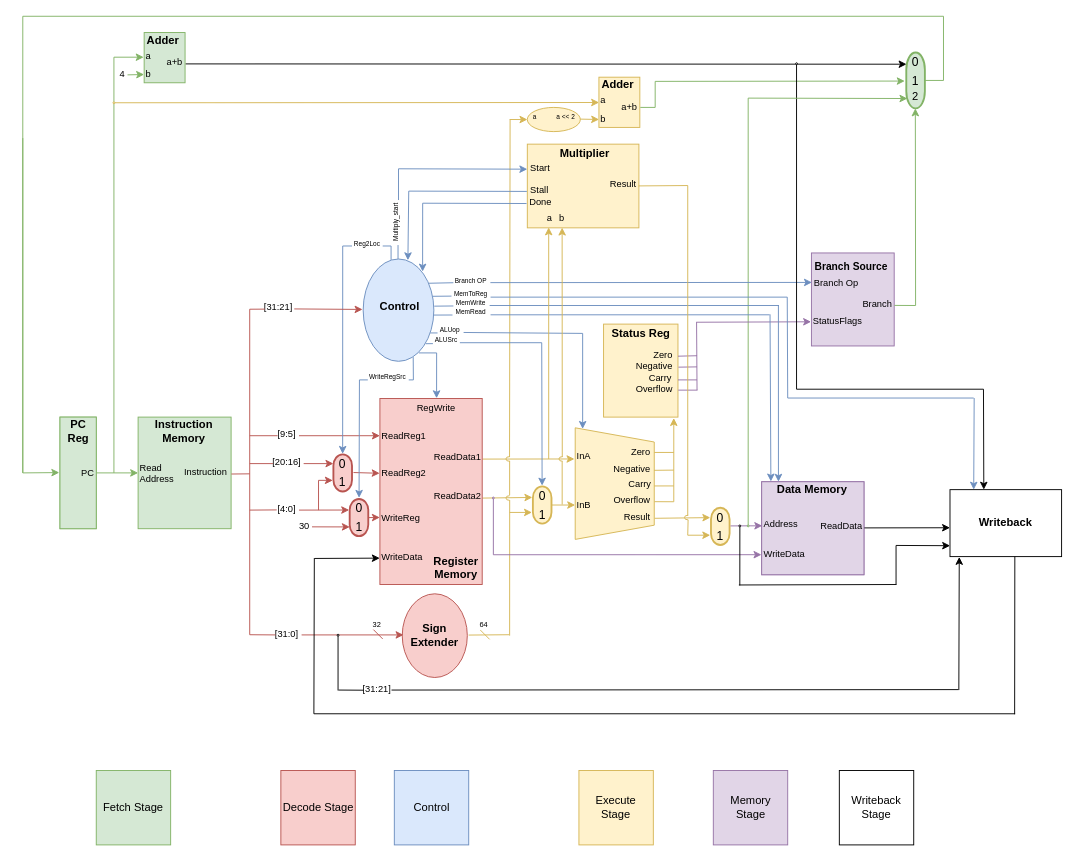
Before: nonpipelined/diagram.drawio in mattco98/LEGv8-Processor, a draw.io diagram. Source tidied: cells renumbered, new cells numbered last; positions are measured from the earlier drawing's top-left corner, leaving out a move shared by most shapes. Both pictures are drawn from the tidied source at 93%, with x=0, y=0 at pixel (22, 16).
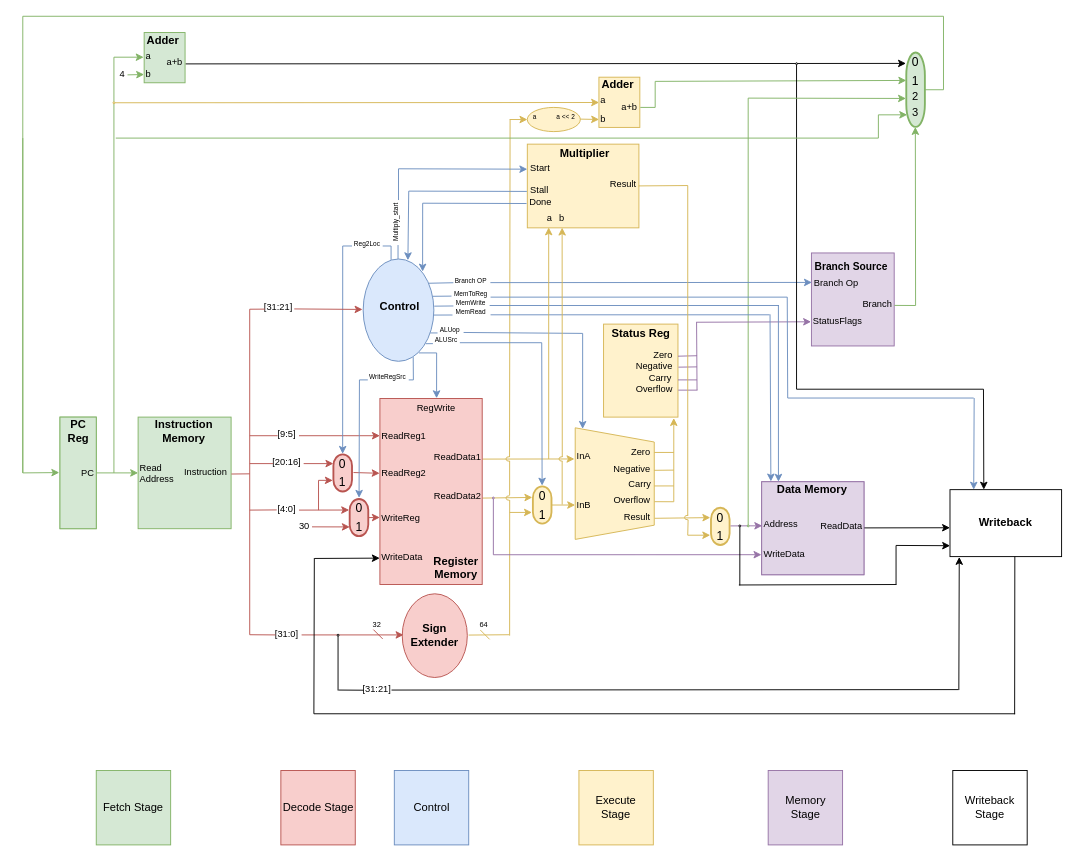
After the change.

Unchanged cells that the change refers to:
```xml
<mxCell id="148" value="a+b" style="text;html=1;strokeColor=none;fillColor=none;align=right;verticalAlign=middle;whiteSpace=wrap;rounded=0;fontSize=10;" parent="143" vertex="1">
  <mxGeometry x="16.5" y="26" width="27" height="14" as="geometry" />
</mxCell>
```

What changed in the source:
```diff
@@
-    <mxCell id="152" style="endArrow=classic;html=1;fontSize=7;exitX=1.044;exitY=0.693;exitDx=0;exitDy=0;exitPerimeter=0;entryX=0.209;entryY=0.986;entryDx=0;entryDy=0;entryPerimeter=0;" parent="1" edge="1" source="148" target="189">
+    <mxCell id="152" style="endArrow=classic;html=1;fontSize=7;exitX=1.044;exitY=0.693;exitDx=0;exitDy=0;exitPerimeter=0;entryX=0.146;entryY=1.017;entryDx=0;entryDy=0;entryPerimeter=0;" parent="1" edge="1" source="148" target="189">
       <mxGeometry relative="1" as="geometry" />
     </mxCell>
@@
-    <mxCell id="155" style="endArrow=classic;html=1;fontSize=7;fillColor=#d5e8d4;strokeColor=#82b366;entryX=0.511;entryY=1.083;entryDx=0;entryDy=0;entryPerimeter=0;" parent="1" edge="1" target="189">
+    <mxCell id="155" style="endArrow=classic;html=1;fontSize=7;fillColor=#d5e8d4;strokeColor=#82b366;entryX=0.375;entryY=1;entryDx=0;entryDy=0;entryPerimeter=0;" parent="1" edge="1" target="189">
       <mxGeometry relative="1" as="geometry">
         <mxPoint x="680" y="70" as="sourcePoint" />
       </mxGeometry>
     </mxCell>
@@
     <mxCell id="158" style="endArrow=none;html=1;fontSize=11;fillColor=#d5e8d4;strokeColor=#82b366;entryX=0.5;entryY=0;entryDx=0;entryDy=0;entryPerimeter=0;" parent="1" edge="1" target="189">
       <mxGeometry relative="1" as="geometry">
-        <mxPoint x="990" y="69" as="sourcePoint" />
+        <mxPoint x="990" y="79" as="sourcePoint" />
       </mxGeometry>
     </mxCell>
     <mxCell id="159" style="endArrow=none;html=1;fontSize=11;fillColor=#d5e8d4;strokeColor=#82b366;" parent="1" edge="1">
       <mxGeometry relative="1" as="geometry">
-        <mxPoint x="990" y="69" as="sourcePoint" />
+        <mxPoint x="990" y="79" as="sourcePoint" />
         <mxPoint x="990" as="targetPoint" />
       </mxGeometry>
     </mxCell>
@@
     <mxCell id="167" value="Memory Stage" style="whiteSpace=wrap;html=1;fillColor=#e1d5e7;strokeColor=#9673a6;" parent="1" vertex="1">
-      <mxGeometry x="742.5" y="811" width="80" height="80" as="geometry" />
+      <mxGeometry x="801.5" y="811" width="80" height="80" as="geometry" />
     </mxCell>
     <mxCell id="168" value="Writeback Stage" style="whiteSpace=wrap;html=1;" parent="1" vertex="1">
-      <mxGeometry x="878" y="811" width="80" height="80" as="geometry" />
+      <mxGeometry x="1000" y="811" width="80" height="80" as="geometry" />
     </mxCell>
@@
-    <mxCell id="188" style="group;" parent="1" vertex="1">
-      <mxGeometry x="940" y="39" width="50" height="61" as="geometry" />
-    </mxCell>
-    <mxCell id="189" style="strokeWidth=2;html=1;shape=mxgraph.flowchart.terminator;whiteSpace=wrap;fontSize=10;align=left;rotation=90;fillColor=#d5e8d4;strokeColor=#82b366;" parent="188" vertex="1">
-      <mxGeometry x="-10" y="20" width="60" height="20" as="geometry" />
-    </mxCell>
-    <mxCell id="190" value="0" style="text;html=1;strokeColor=none;fillColor=none;align=center;verticalAlign=middle;whiteSpace=wrap;rounded=0;fontSize=13;" parent="188" vertex="1">
-      <mxGeometry x="15" width="10" height="20" as="geometry" />
-    </mxCell>
-    <mxCell id="191" value="1" style="text;html=1;strokeColor=none;fillColor=none;align=center;verticalAlign=middle;whiteSpace=wrap;rounded=0;fontSize=13;" parent="188" vertex="1">
-      <mxGeometry x="15" y="20" width="10" height="20" as="geometry" />
-    </mxCell>
-    <mxCell id="192" value="2" style="text;html=1;strokeColor=none;fillColor=none;align=center;verticalAlign=middle;whiteSpace=wrap;rounded=0;" parent="188" vertex="1">
-      <mxGeometry x="15" y="38" width="10" height="20" as="geometry" />
-    </mxCell>
-    <mxCell id="193" style="endArrow=classic;html=1;fontSize=7;entryX=0.824;entryY=0.939;entryDx=0;entryDy=0;entryPerimeter=0;fillColor=#d5e8d4;strokeColor=#82b366;" parent="1" edge="1" target="189">
+    <mxCell id="193" style="endArrow=classic;html=1;fontSize=7;entryX=0.617;entryY=1.017;entryDx=0;entryDy=0;entryPerimeter=0;fillColor=#d5e8d4;strokeColor=#82b366;" parent="1" edge="1" target="189">
       <mxGeometry relative="1" as="geometry">
         <mxPoint x="780" y="88" as="sourcePoint" />
       </mxGeometry>
     </mxCell>
@@
+    <mxCell id="189" style="strokeWidth=2;html=1;shape=mxgraph.flowchart.terminator;whiteSpace=wrap;fontSize=10;align=left;rotation=90;fillColor=#d5e8d4;strokeColor=#82b366;" parent="1" vertex="1">
+      <mxGeometry x="920" y="69" width="80" height="20" as="geometry" />
+    </mxCell>
+    <mxCell id="190" value="0" style="text;html=1;strokeColor=none;fillColor=none;align=center;verticalAlign=middle;whiteSpace=wrap;rounded=0;fontSize=13;" parent="1" vertex="1">
+      <mxGeometry x="955" y="39" width="10" height="20" as="geometry" />
+    </mxCell>
+    <mxCell id="191" value="1" style="text;html=1;strokeColor=none;fillColor=none;align=center;verticalAlign=middle;whiteSpace=wrap;rounded=0;fontSize=13;" parent="1" vertex="1">
+      <mxGeometry x="955" y="59" width="10" height="20" as="geometry" />
+    </mxCell>
+    <mxCell id="192" value="2" style="text;html=1;strokeColor=none;fillColor=none;align=center;verticalAlign=middle;whiteSpace=wrap;rounded=0;" parent="1" vertex="1">
+      <mxGeometry x="955" y="77" width="10" height="20" as="geometry" />
+    </mxCell>
+    <mxCell id="255" value="3" style="text;html=1;strokeColor=none;fillColor=none;align=center;verticalAlign=middle;whiteSpace=wrap;rounded=0;" parent="1" vertex="1">
+      <mxGeometry x="955" y="94" width="10" height="20" as="geometry" />
+    </mxCell>
+    <mxCell id="256" style="endArrow=classic;html=1;fillColor=#d5e8d4;strokeColor=#82b366;entryX=0.837;entryY=0.95;entryDx=0;entryDy=0;entryPerimeter=0;" parent="1" edge="1" target="189">
+      <mxGeometry relative="1" as="geometry">
+        <mxPoint x="920" y="106" as="sourcePoint" />
+      </mxGeometry>
+    </mxCell>
+    <mxCell id="257" style="endArrow=none;html=1;fillColor=#d5e8d4;strokeColor=#82b366;" parent="1" edge="1">
+      <mxGeometry relative="1" as="geometry">
+        <mxPoint x="100" y="131" as="sourcePoint" />
+        <mxPoint x="920" y="131" as="targetPoint" />
+      </mxGeometry>
+    </mxCell>
+    <mxCell id="258" style="endArrow=none;html=1;fillColor=#d5e8d4;strokeColor=#82b366;" parent="1" edge="1">
+      <mxGeometry relative="1" as="geometry">
+        <mxPoint x="920" y="131" as="sourcePoint" />
+        <mxPoint x="920" y="106" as="targetPoint" />
+      </mxGeometry>
+    </mxCell>
```
